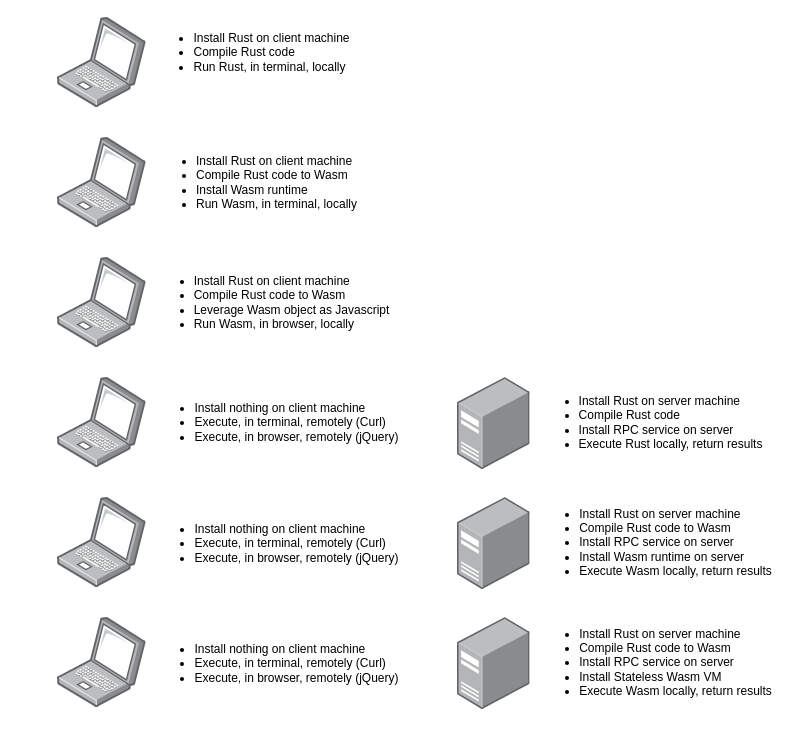
This is different_modalities.drawio from second-state/SSVMRPC, a draw.io file, before an edit. Source tidied: cells renumbered, new cells numbered last; positions are measured from the earlier drawing's top-left corner, leaving out a move shared by most shapes. Both pictures are drawn from the tidied source at 100%, with x=0, y=0 at pixel (57, 17).
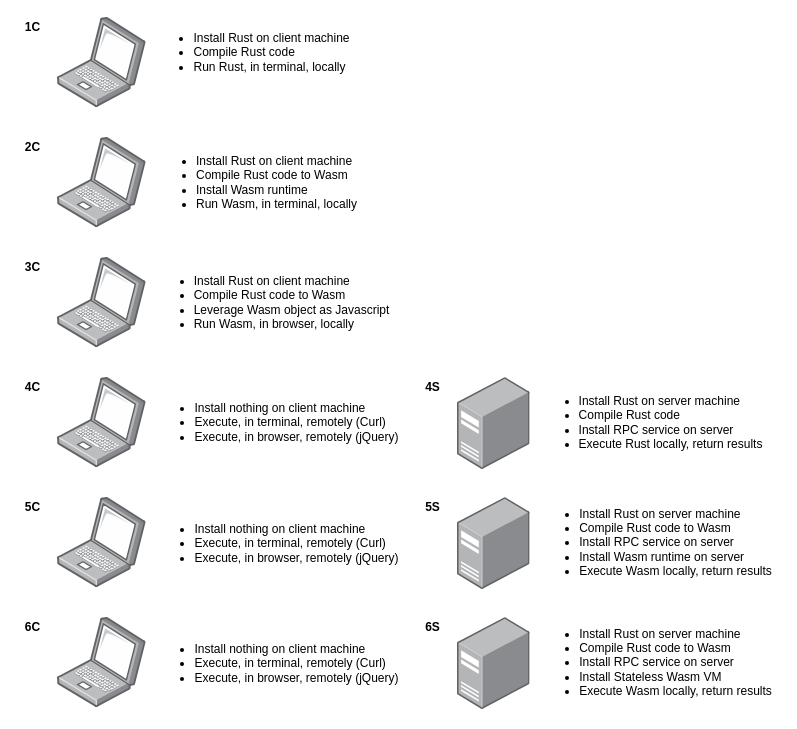
The same diagram, later.

What changed in the source:
```diff
@@
+    <mxCell id="20" value="&lt;b&gt;1C&lt;/b&gt;" style="text;html=1;align=center;verticalAlign=middle;" parent="1" vertex="1">
+      <mxGeometry x="-40" width="30" height="20" as="geometry" />
+    </mxCell>
+    <mxCell id="21" value="&lt;b&gt;2C&lt;/b&gt;" style="text;html=1;align=center;verticalAlign=middle;" parent="1" vertex="1">
+      <mxGeometry x="-40" y="120" width="30" height="20" as="geometry" />
+    </mxCell>
+    <mxCell id="22" value="&lt;b&gt;3C&lt;/b&gt;" style="text;html=1;align=center;verticalAlign=middle;" parent="1" vertex="1">
+      <mxGeometry x="-40" y="240" width="30" height="20" as="geometry" />
+    </mxCell>
+    <mxCell id="23" value="&lt;b&gt;4C&lt;/b&gt;" style="text;html=1;align=center;verticalAlign=middle;" parent="1" vertex="1">
+      <mxGeometry x="-40" y="360" width="30" height="20" as="geometry" />
+    </mxCell>
+    <mxCell id="24" value="&lt;b&gt;4S&lt;/b&gt;" style="text;html=1;align=center;verticalAlign=middle;" parent="1" vertex="1">
+      <mxGeometry x="360" y="360" width="30" height="20" as="geometry" />
+    </mxCell>
+    <mxCell id="25" value="&lt;b&gt;5C&lt;/b&gt;" style="text;html=1;align=center;verticalAlign=middle;" parent="1" vertex="1">
+      <mxGeometry x="-40" y="480" width="30" height="20" as="geometry" />
+    </mxCell>
+    <mxCell id="26" value="&lt;b&gt;6C&lt;/b&gt;" style="text;html=1;align=center;verticalAlign=middle;" parent="1" vertex="1">
+      <mxGeometry x="-40" y="600" width="30" height="20" as="geometry" />
+    </mxCell>
+    <mxCell id="27" value="&lt;b&gt;5S&lt;/b&gt;" style="text;html=1;align=center;verticalAlign=middle;" parent="1" vertex="1">
+      <mxGeometry x="360" y="480" width="30" height="20" as="geometry" />
+    </mxCell>
+    <mxCell id="28" value="&lt;b&gt;6S&lt;/b&gt;" style="text;html=1;align=center;verticalAlign=middle;" parent="1" vertex="1">
+      <mxGeometry x="360" y="600" width="30" height="20" as="geometry" />
+    </mxCell>
```
